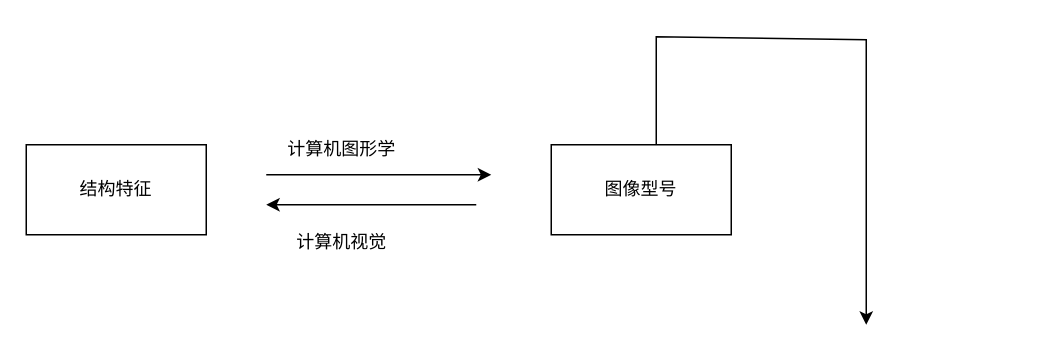
Before: 未命名绘图.drawio in RexYao97/sfrex, a draw.io diagram. Source tidied: cells renumbered, new cells numbered last; positions are measured from the earlier drawing's top-left corner, leaving out a move shared by most shapes. Both pictures are drawn from the tidied source at 150%, with x=0, y=0 at pixel (26, 36).
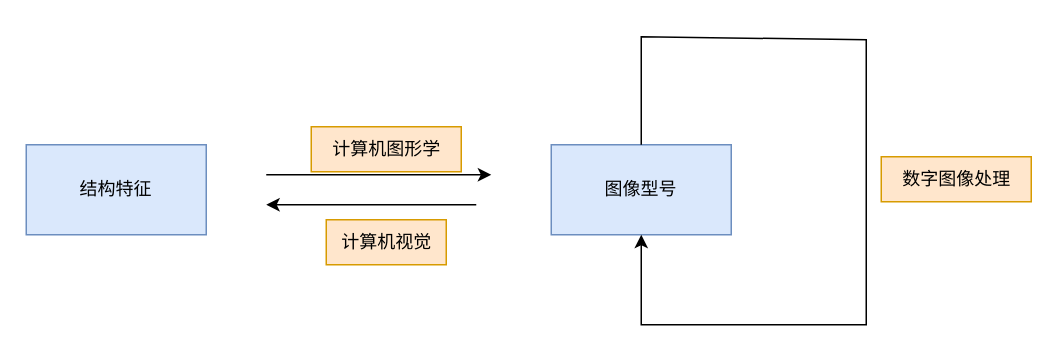
Above is the later version.

Commit message (it also covers changes not shown here):
更新未命名绘图.drawio

Change to the diagram source:
```diff
@@
 <mxGraphModel>
   <root>
     <mxCell id="0" />
     <mxCell id="1" parent="0" />
-    <mxCell id="2" value="结构特征" style="rounded=0;whiteSpace=wrap;html=1;" parent="1" vertex="1">
+    <mxCell id="2" value="结构特征" style="rounded=0;whiteSpace=wrap;html=1;fillColor=#dae8fc;strokeColor=#6c8ebf;" parent="1" vertex="1">
       <mxGeometry y="72" width="120" height="60" as="geometry" />
     </mxCell>
-    <mxCell id="3" value="图像型号" style="rounded=0;whiteSpace=wrap;html=1;" parent="1" vertex="1">
+    <mxCell id="3" value="图像型号" style="rounded=0;whiteSpace=wrap;html=1;fillColor=#dae8fc;strokeColor=#6c8ebf;" parent="1" vertex="1">
       <mxGeometry x="350" y="72" width="120" height="60" as="geometry" />
     </mxCell>
     <mxCell id="4" style="endArrow=classic;html=1;rounded=0;" parent="1" edge="1">
       <mxGeometry relative="1" as="geometry">
         <mxPoint x="160" y="92" as="sourcePoint" />
         <mxPoint x="310" y="92" as="targetPoint" />
       </mxGeometry>
     </mxCell>
-    <mxCell id="5" value="计算机图形学" style="text;html=1;align=center;verticalAlign=middle;strokeColor=none;fillColor=none;" parent="1" vertex="1">
-      <mxGeometry x="160" y="60" width="100" height="30" as="geometry" />
+    <mxCell id="5" value="计算机图形学" style="text;html=1;align=center;verticalAlign=middle;strokeColor=#d79b00;fillColor=#ffe6cc;" parent="1" vertex="1">
+      <mxGeometry x="190" y="60" width="100" height="30" as="geometry" />
     </mxCell>
-    <mxCell id="6" value="计算机视觉" style="text;html=1;align=center;verticalAlign=middle;strokeColor=none;fillColor=none;" parent="1" vertex="1">
-      <mxGeometry x="170" y="122" width="80" height="30" as="geometry" />
+    <mxCell id="6" value="计算机视觉" style="text;html=1;align=center;verticalAlign=middle;strokeColor=#d79b00;fillColor=#ffe6cc;" parent="1" vertex="1">
+      <mxGeometry x="200" y="122" width="80" height="30" as="geometry" />
     </mxCell>
     <mxCell id="7" style="endArrow=classic;html=1;rounded=0;" parent="1" edge="1">
       <mxGeometry relative="1" as="geometry">
         <mxPoint x="300" y="112" as="sourcePoint" />
         <mxPoint x="160" y="112" as="targetPoint" />
       </mxGeometry>
     </mxCell>
-    <mxCell id="8" style="endArrow=classic;html=1;rounded=0;" parent="1" edge="1">
+    <mxCell id="8" style="endArrow=classic;html=1;rounded=0;entryX=0.5;entryY=1;entryDx=0;entryDy=0;exitX=0.5;exitY=0;exitDx=0;exitDy=0;" parent="1" edge="1" source="3" target="3">
       <mxGeometry relative="1" as="geometry">
-        <mxPoint x="420" y="72" as="sourcePoint" />
-        <mxPoint x="560" y="192" as="targetPoint" />
         <Array as="points">
-          <mxPoint x="420" />
+          <mxPoint x="410" y="32" />
+          <mxPoint x="410" />
           <mxPoint x="560" y="2" />
+          <mxPoint x="560" y="192" />
+          <mxPoint x="410" y="192" />
         </Array>
       </mxGeometry>
     </mxCell>
+    <mxCell id="9" value="数字图像处理" style="text;html=1;align=center;verticalAlign=middle;strokeColor=#d79b00;fillColor=#ffe6cc;" parent="1" vertex="1">
+      <mxGeometry x="570" y="80" width="100" height="30" as="geometry" />
+    </mxCell>
   </root>
 </mxGraphModel>
```
